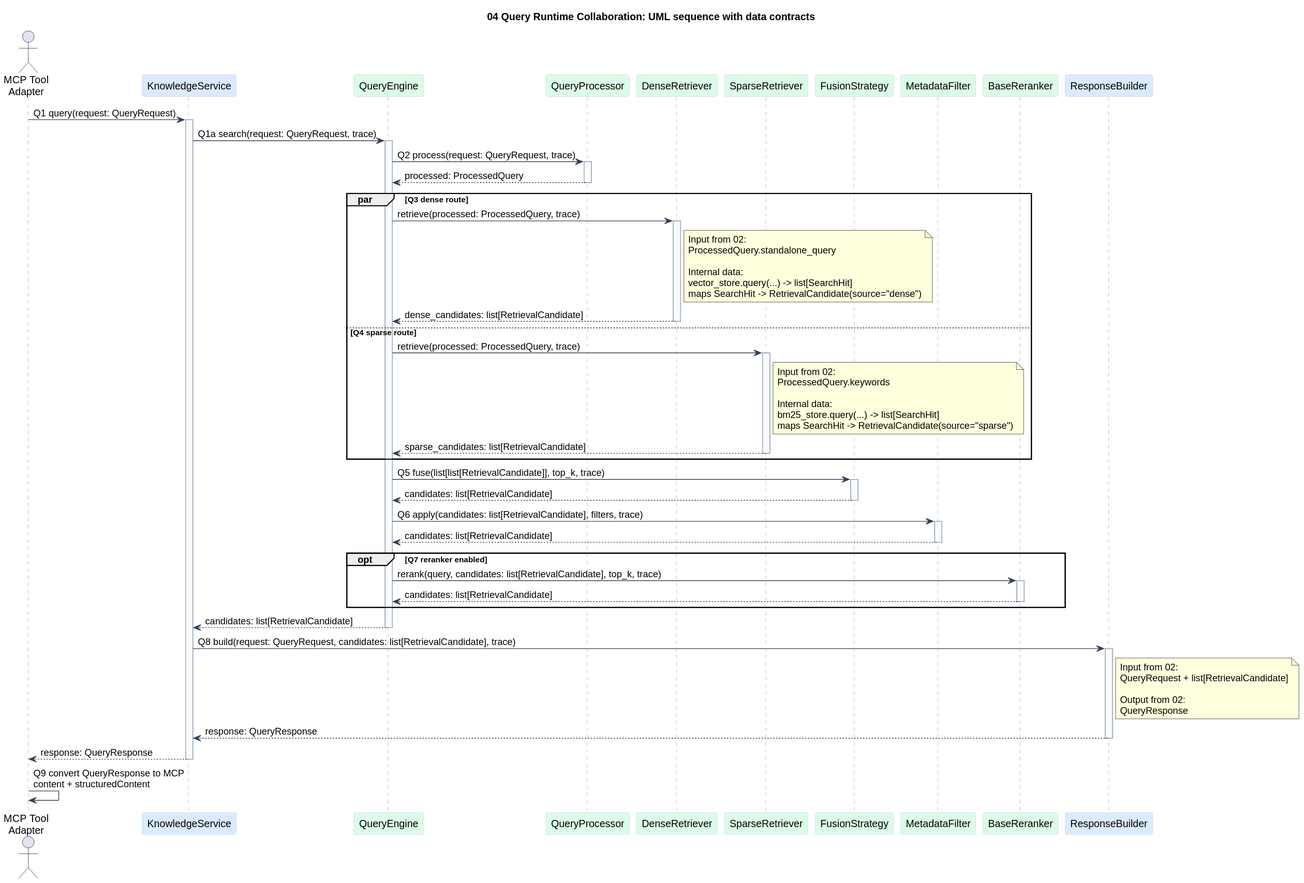
CHZarles/modular-rag-mcp keeps this PlantUML diagram as diagrams/review_04_query_response_ports.svg. Above is the earlier version.
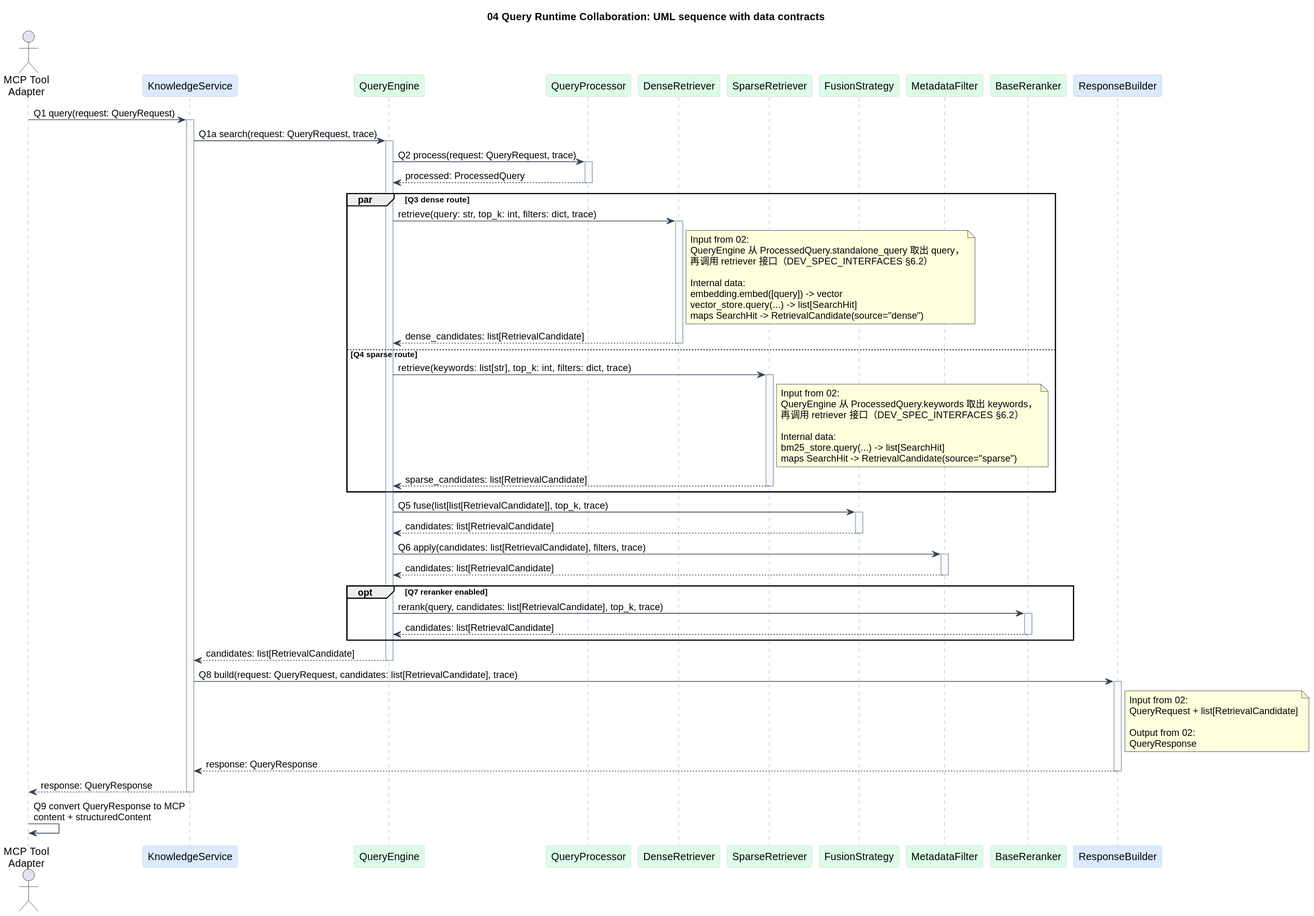
After the change.

Change to the diagram source:
```diff
@@ -37,24 +37,27 @@
 deactivate QP
 
 par Q3 dense route
-  QE -> DR : retrieve(processed: ProcessedQuery, trace)
+  QE -> DR : retrieve(query: str, top_k: int, filters: dict, trace)
   activate DR
   note right of DR
     Input from 02:
-    ProcessedQuery.standalone_query
+    QueryEngine 从 ProcessedQuery.standalone_query 取出 query，
+    再调用 retriever 接口（DEV_SPEC_INTERFACES §6.2）
 
     Internal data:
+    embedding.embed([query]) -> vector
     vector_store.query(...) -> list[SearchHit]
     maps SearchHit -> RetrievalCandidate(source="dense")
   end note
   DR --> QE : dense_candidates: list[RetrievalCandidate]
   deactivate DR
 else Q4 sparse route
-  QE -> SR : retrieve(processed: ProcessedQuery, trace)
+  QE -> SR : retrieve(keywords: list[str], top_k: int, filters: dict, trace)
   activate SR
   note right of SR
     Input from 02:
-    ProcessedQuery.keywords
+    QueryEngine 从 ProcessedQuery.keywords 取出 keywords，
+    再调用 retriever 接口（DEV_SPEC_INTERFACES §6.2）
 
     Internal data:
     bm25_store.query(...) -> list[SearchHit]
```
